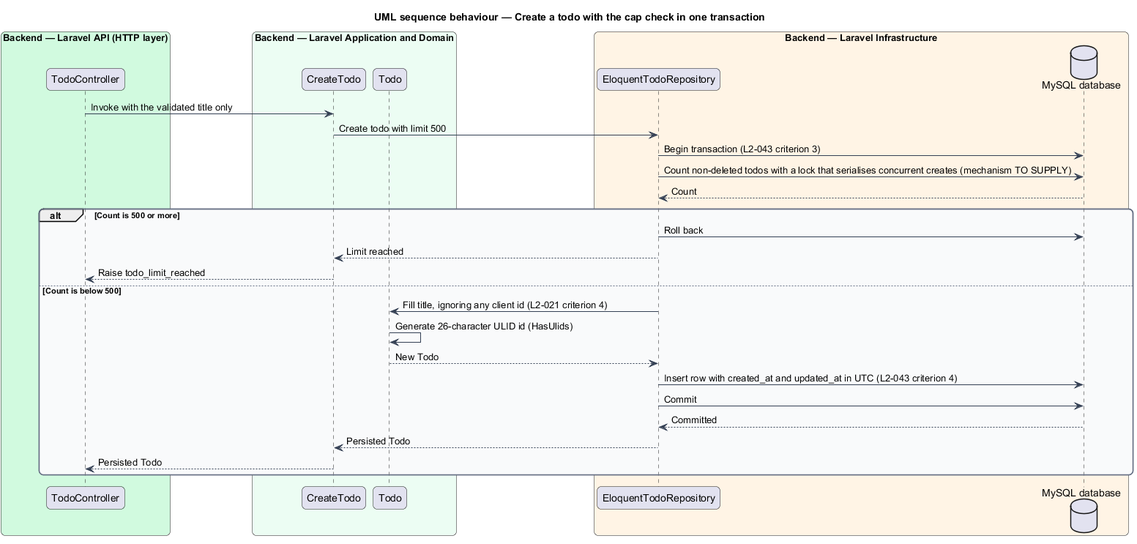
Before: docs/detailed-designs/api-platform/persist-todos/diagrams/sequence-create-with-cap.png, a diagram exported from PlantUML (QuinntyneBrown/php-todo-lab).
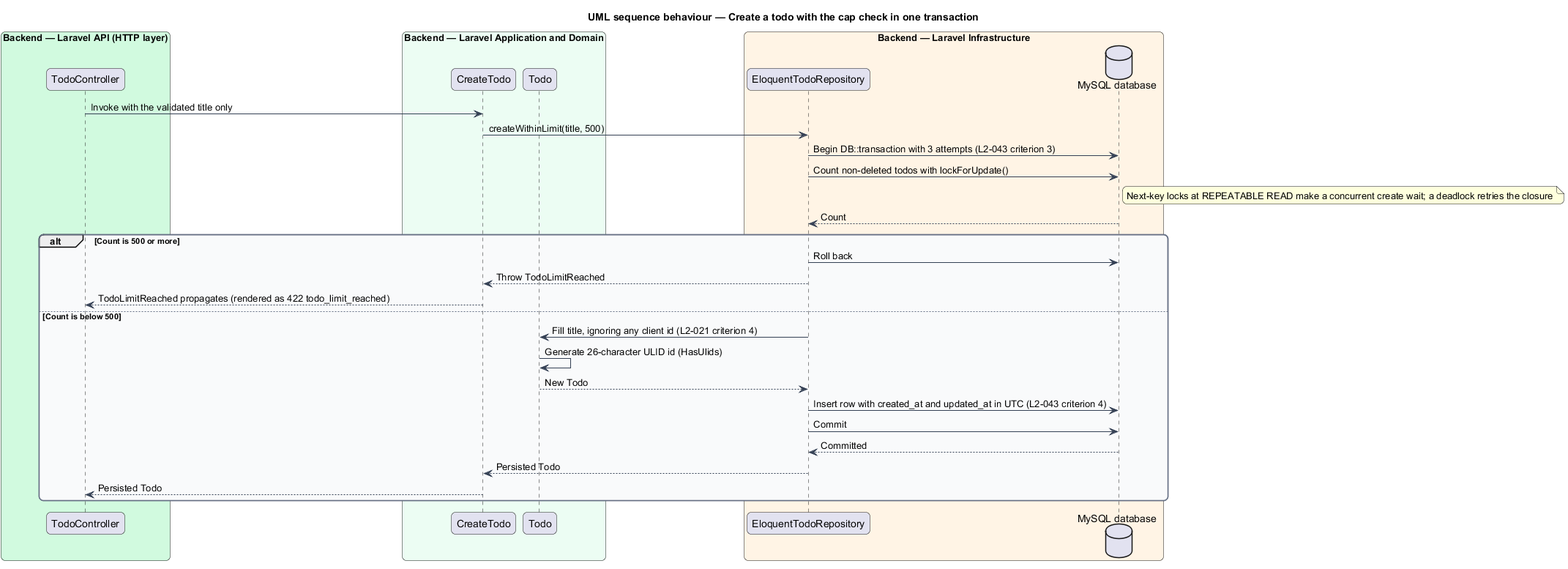
Above is the later version.

Change to the diagram source:
```diff
@@ -26,14 +26,15 @@
   database "MySQL database" as db
 end box
 ctrl -> action : Invoke with the validated title only
-action -> repo : Create todo with limit 500
-repo -> db : Begin transaction (L2-043 criterion 3)
-repo -> db : Count non-deleted todos with a lock that serialises concurrent creates (mechanism TO SUPPLY)
+action -> repo : createWithinLimit(title, 500)
+repo -> db : Begin DB::transaction with 3 attempts (L2-043 criterion 3)
+repo -> db : Count non-deleted todos with lockForUpdate()
+note right of db : Next-key locks at REPEATABLE READ make a concurrent create wait; a deadlock retries the closure
 db --> repo : Count
 alt Count is 500 or more
   repo -> db : Roll back
-  repo --> action : Limit reached
-  action --> ctrl : Raise todo_limit_reached
+  repo --> action : Throw TodoLimitReached
+  action --> ctrl : TodoLimitReached propagates (rendered as 422 todo_limit_reached)
 else Count is below 500
   repo -> model : Fill title, ignoring any client id (L2-021 criterion 4)
   model -> model : Generate 26-character ULID id (HasUlids)
```
